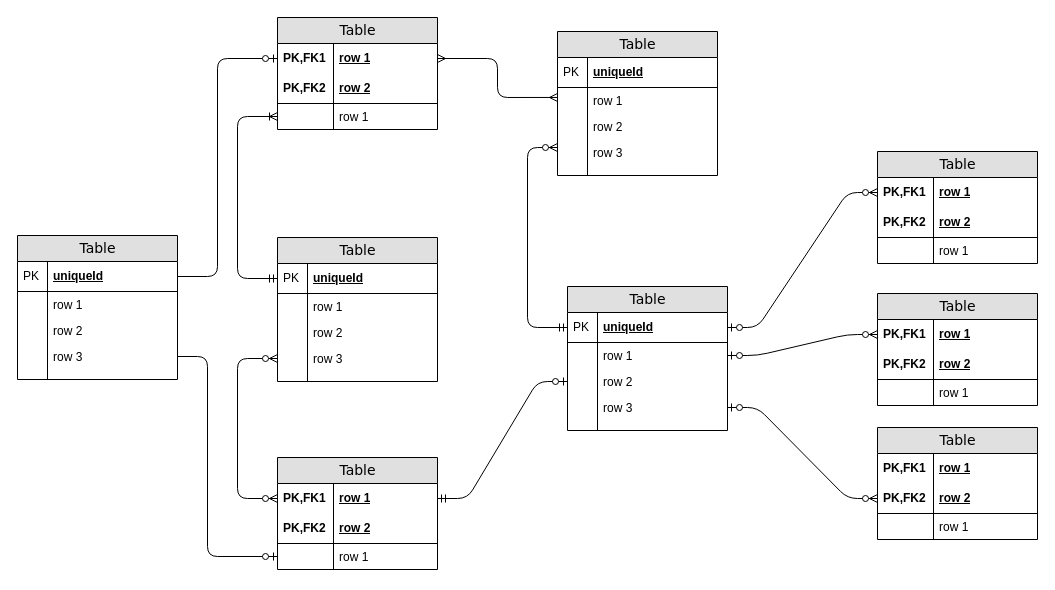
This is ERD WBS.drawio from putuokky/konseptual-wbs, a draw.io file, before an edit. Source tidied: cells renumbered, new cells numbered last; positions are measured from the earlier drawing's top-left corner, leaving out a move shared by most shapes. Both pictures are drawn from the tidied source at 100%, with x=0, y=0 at pixel (17, 17).
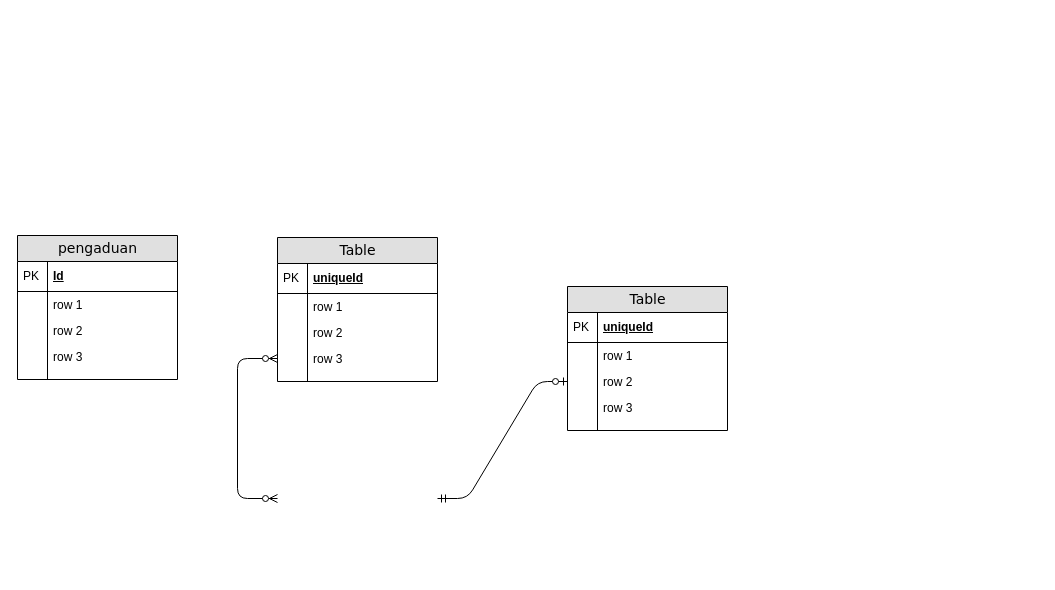
After the change.

Unchanged cells that the change refers to:
```xml
<mxCell id="21" value="uniqueId" style="shape=partialRectangle;top=0;left=0;right=0;bottom=1;html=1;align=left;verticalAlign=middle;fillColor=none;spacingLeft=34;spacingRight=4;whiteSpace=wrap;overflow=hidden;points=[[0,0.5],[1,0.5]];portConstraint=eastwest;fontStyle=5;" parent="20" vertex="1">
  <mxGeometry y="26" width="160" height="30" as="geometry" />
</mxCell>
<mxCell id="27" value="row 3" style="shape=partialRectangle;top=0;left=0;right=0;bottom=0;html=1;align=left;verticalAlign=top;fillColor=none;spacingLeft=34;spacingRight=4;whiteSpace=wrap;overflow=hidden;points=[[0,0.5],[1,0.5]];portConstraint=eastwest;" parent="20" vertex="1">
  <mxGeometry y="108" width="160" height="26" as="geometry" />
</mxCell>
<mxCell id="32" value="uniqueId" style="shape=partialRectangle;top=0;left=0;right=0;bottom=1;html=1;align=left;verticalAlign=middle;fillColor=none;spacingLeft=34;spacingRight=4;whiteSpace=wrap;overflow=hidden;points=[[0,0.5],[1,0.5]];portConstraint=eastwest;fontStyle=5;" parent="31" vertex="1">
  <mxGeometry y="26" width="160" height="30" as="geometry" />
</mxCell>
<mxCell id="34" value="row 1" style="shape=partialRectangle;top=0;left=0;right=0;bottom=0;html=1;align=left;verticalAlign=top;fillColor=none;spacingLeft=34;spacingRight=4;whiteSpace=wrap;overflow=hidden;points=[[0,0.5],[1,0.5]];portConstraint=eastwest;" parent="31" vertex="1">
  <mxGeometry y="56" width="160" height="26" as="geometry" />
</mxCell>
<mxCell id="36" value="row 2" style="shape=partialRectangle;top=0;left=0;right=0;bottom=0;html=1;align=left;verticalAlign=top;fillColor=none;spacingLeft=34;spacingRight=4;whiteSpace=wrap;overflow=hidden;points=[[0,0.5],[1,0.5]];portConstraint=eastwest;" parent="31" vertex="1">
  <mxGeometry y="82" width="160" height="26" as="geometry" />
</mxCell>
<mxCell id="38" value="row 3" style="shape=partialRectangle;top=0;left=0;right=0;bottom=0;html=1;align=left;verticalAlign=top;fillColor=none;spacingLeft=34;spacingRight=4;whiteSpace=wrap;overflow=hidden;points=[[0,0.5],[1,0.5]];portConstraint=eastwest;" parent="31" vertex="1">
  <mxGeometry y="108" width="160" height="26" as="geometry" />
</mxCell>
<mxCell id="85" value="row 3" style="shape=partialRectangle;top=0;left=0;right=0;bottom=0;html=1;align=left;verticalAlign=top;fillColor=none;spacingLeft=34;spacingRight=4;whiteSpace=wrap;overflow=hidden;points=[[0,0.5],[1,0.5]];portConstraint=eastwest;" parent="78" vertex="1">
  <mxGeometry y="108" width="160" height="26" as="geometry" />
</mxCell>
```

What changed in the source:
```diff
@@
-    <mxCell id="2" value="Table" style="swimlane;html=1;fontStyle=0;horizontal=1;startSize=26;fillColor=#e0e0e0;swimlaneFillColor=#ffffff;align=center;rounded=0;shadow=0;comic=0;labelBackgroundColor=none;strokeWidth=1;fontFamily=Verdana;fontSize=14;" parent="1" vertex="1">
-      <mxGeometry x="260" width="160" height="112" as="geometry" />
-    </mxCell>
-    <mxCell id="3" value="row 1" style="shape=partialRectangle;top=0;left=0;right=0;bottom=0;html=1;align=left;verticalAlign=middle;fillColor=none;spacingLeft=60;spacingRight=4;whiteSpace=wrap;overflow=hidden;points=[[0,0.5],[1,0.5]];portConstraint=eastwest;fontStyle=5;" parent="2" vertex="1">
-      <mxGeometry y="26" width="160" height="30" as="geometry" />
-    </mxCell>
-    <mxCell id="4" value="PK,FK1" style="shape=partialRectangle;fontStyle=1;top=0;left=0;bottom=0;html=1;fillColor=none;align=left;verticalAlign=middle;spacingLeft=4;spacingRight=4;whiteSpace=wrap;overflow=hidden;" parent="3" vertex="1">
-      <mxGeometry width="56" height="30" as="geometry" />
-    </mxCell>
-    <mxCell id="5" value="row 2" style="shape=partialRectangle;top=0;left=0;right=0;bottom=1;html=1;align=left;verticalAlign=middle;fillColor=none;spacingLeft=60;spacingRight=4;whiteSpace=wrap;overflow=hidden;fontStyle=5;" parent="2" vertex="1">
-      <mxGeometry y="56" width="160" height="30" as="geometry" />
-    </mxCell>
-    <mxCell id="6" value="PK,FK2" style="shape=partialRectangle;fontStyle=1;top=0;left=0;bottom=0;html=1;fillColor=none;align=left;verticalAlign=middle;spacingLeft=4;spacingRight=4;whiteSpace=wrap;overflow=hidden;" parent="5" vertex="1">
-      <mxGeometry width="56" height="30" as="geometry" />
-    </mxCell>
-    <mxCell id="7" value="row 1" style="shape=partialRectangle;top=0;left=0;right=0;bottom=0;html=1;align=left;verticalAlign=top;fillColor=none;spacingLeft=60;spacingRight=4;whiteSpace=wrap;overflow=hidden;points=[[0,0.5],[1,0.5]];portConstraint=eastwest;" parent="2" vertex="1">
-      <mxGeometry y="86" width="160" height="26" as="geometry" />
-    </mxCell>
-    <mxCell id="8" style="shape=partialRectangle;top=0;left=0;bottom=0;html=1;fillColor=none;align=left;verticalAlign=top;spacingLeft=4;spacingRight=4;whiteSpace=wrap;overflow=hidden;" parent="7" vertex="1">
-      <mxGeometry width="56" height="26" as="geometry" />
-    </mxCell>
-    <mxCell id="9" value="Table" style="swimlane;html=1;fontStyle=0;horizontal=1;startSize=26;fillColor=#e0e0e0;swimlaneFillColor=#ffffff;align=center;rounded=0;shadow=0;comic=0;labelBackgroundColor=none;strokeWidth=1;fontFamily=Verdana;fontSize=14;swimlaneLine=1;" parent="1" vertex="1">
-      <mxGeometry x="540" y="14" width="160" height="144" as="geometry" />
-    </mxCell>
-    <mxCell id="10" value="uniqueId" style="shape=partialRectangle;top=0;left=0;right=0;bottom=1;html=1;align=left;verticalAlign=middle;fillColor=none;spacingLeft=34;spacingRight=4;whiteSpace=wrap;overflow=hidden;fontStyle=5;" parent="9" vertex="1">
-      <mxGeometry y="26" width="160" height="30" as="geometry" />
-    </mxCell>
-    <mxCell id="11" value="PK" style="shape=partialRectangle;top=0;left=0;bottom=0;html=1;fillColor=none;align=left;verticalAlign=middle;spacingLeft=4;spacingRight=4;whiteSpace=wrap;overflow=hidden;" parent="10" vertex="1">
-      <mxGeometry width="30" height="30" as="geometry" />
-    </mxCell>
-    <mxCell id="12" value="row 1" style="shape=partialRectangle;top=0;left=0;right=0;bottom=0;html=1;align=left;verticalAlign=top;fillColor=none;spacingLeft=34;spacingRight=4;whiteSpace=wrap;overflow=hidden;points=[[0,0.5],[1,0.5]];portConstraint=eastwest;" parent="9" vertex="1">
-      <mxGeometry y="56" width="160" height="26" as="geometry" />
-    </mxCell>
-    <mxCell id="13" style="shape=partialRectangle;top=0;left=0;bottom=0;html=1;fillColor=none;align=left;verticalAlign=top;spacingLeft=4;spacingRight=4;whiteSpace=wrap;overflow=hidden;" parent="12" vertex="1">
-      <mxGeometry width="30" height="26" as="geometry" />
-    </mxCell>
-    <mxCell id="14" value="row 2" style="shape=partialRectangle;top=0;left=0;right=0;bottom=0;html=1;align=left;verticalAlign=top;fillColor=none;spacingLeft=34;spacingRight=4;whiteSpace=wrap;overflow=hidden;" parent="9" vertex="1">
-      <mxGeometry y="82" width="160" height="26" as="geometry" />
-    </mxCell>
-    <mxCell id="15" style="shape=partialRectangle;top=0;left=0;bottom=0;html=1;fillColor=none;align=left;verticalAlign=top;spacingLeft=4;spacingRight=4;whiteSpace=wrap;overflow=hidden;" parent="14" vertex="1">
-      <mxGeometry width="30" height="26" as="geometry" />
-    </mxCell>
-    <mxCell id="16" value="row 3" style="shape=partialRectangle;top=0;left=0;right=0;bottom=0;html=1;align=left;verticalAlign=top;fillColor=none;spacingLeft=34;spacingRight=4;whiteSpace=wrap;overflow=hidden;points=[[0,0.5],[1,0.5]];portConstraint=eastwest;" parent="9" vertex="1">
-      <mxGeometry y="108" width="160" height="26" as="geometry" />
-    </mxCell>
-    <mxCell id="17" style="shape=partialRectangle;top=0;left=0;bottom=0;html=1;fillColor=none;align=left;verticalAlign=top;spacingLeft=4;spacingRight=4;whiteSpace=wrap;overflow=hidden;" parent="16" vertex="1">
-      <mxGeometry width="30" height="26" as="geometry" />
-    </mxCell>
-    <mxCell id="18" style="shape=partialRectangle;top=0;left=0;right=0;bottom=0;html=1;align=left;verticalAlign=top;fillColor=none;spacingLeft=34;spacingRight=4;whiteSpace=wrap;overflow=hidden;" parent="9" vertex="1">
-      <mxGeometry y="134" width="160" height="10" as="geometry" />
-    </mxCell>
-    <mxCell id="19" style="shape=partialRectangle;top=0;left=0;bottom=0;html=1;fillColor=none;align=left;verticalAlign=top;spacingLeft=4;spacingRight=4;whiteSpace=wrap;overflow=hidden;" parent="18" vertex="1">
-      <mxGeometry width="30" height="10" as="geometry" />
-    </mxCell>
@@
-    <mxCell id="42" value="Table" style="swimlane;html=1;fontStyle=0;horizontal=1;startSize=26;fillColor=#e0e0e0;swimlaneFillColor=#ffffff;align=center;rounded=0;shadow=0;comic=0;labelBackgroundColor=none;strokeWidth=1;fontFamily=Verdana;fontSize=14;" parent="1" vertex="1">
-      <mxGeometry x="860" y="134" width="160" height="112" as="geometry" />
-    </mxCell>
-    <mxCell id="43" value="row 1" style="shape=partialRectangle;top=0;left=0;right=0;bottom=0;html=1;align=left;verticalAlign=middle;fillColor=none;spacingLeft=60;spacingRight=4;whiteSpace=wrap;overflow=hidden;points=[[0,0.5],[1,0.5]];portConstraint=eastwest;fontStyle=5;" parent="42" vertex="1">
-      <mxGeometry y="26" width="160" height="30" as="geometry" />
-    </mxCell>
-    <mxCell id="44" value="PK,FK1" style="shape=partialRectangle;fontStyle=1;top=0;left=0;bottom=0;html=1;fillColor=none;align=left;verticalAlign=middle;spacingLeft=4;spacingRight=4;whiteSpace=wrap;overflow=hidden;" parent="43" vertex="1">
-      <mxGeometry width="56" height="30" as="geometry" />
-    </mxCell>
-    <mxCell id="45" value="row 2" style="shape=partialRectangle;top=0;left=0;right=0;bottom=1;html=1;align=left;verticalAlign=middle;fillColor=none;spacingLeft=60;spacingRight=4;whiteSpace=wrap;overflow=hidden;fontStyle=5;" parent="42" vertex="1">
-      <mxGeometry y="56" width="160" height="30" as="geometry" />
-    </mxCell>
-    <mxCell id="46" value="PK,FK2" style="shape=partialRectangle;fontStyle=1;top=0;left=0;bottom=0;html=1;fillColor=none;align=left;verticalAlign=middle;spacingLeft=4;spacingRight=4;whiteSpace=wrap;overflow=hidden;" parent="45" vertex="1">
-      <mxGeometry width="56" height="30" as="geometry" />
-    </mxCell>
-    <mxCell id="47" value="row 1" style="shape=partialRectangle;top=0;left=0;right=0;bottom=0;html=1;align=left;verticalAlign=top;fillColor=none;spacingLeft=60;spacingRight=4;whiteSpace=wrap;overflow=hidden;" parent="42" vertex="1">
-      <mxGeometry y="86" width="160" height="26" as="geometry" />
-    </mxCell>
-    <mxCell id="48" style="shape=partialRectangle;top=0;left=0;bottom=0;html=1;fillColor=none;align=left;verticalAlign=top;spacingLeft=4;spacingRight=4;whiteSpace=wrap;overflow=hidden;" parent="47" vertex="1">
-      <mxGeometry width="56" height="26" as="geometry" />
-    </mxCell>
-    <mxCell id="49" value="Table" style="swimlane;html=1;fontStyle=0;horizontal=1;startSize=26;fillColor=#e0e0e0;swimlaneFillColor=#ffffff;align=center;rounded=0;shadow=0;comic=0;labelBackgroundColor=none;strokeWidth=1;fontFamily=Verdana;fontSize=14;" parent="1" vertex="1">
-      <mxGeometry x="260" y="440" width="160" height="112" as="geometry" />
-    </mxCell>
-    <mxCell id="50" value="row 1" style="shape=partialRectangle;top=0;left=0;right=0;bottom=0;html=1;align=left;verticalAlign=middle;fillColor=none;spacingLeft=60;spacingRight=4;whiteSpace=wrap;overflow=hidden;points=[[0,0.5],[1,0.5]];portConstraint=eastwest;fontStyle=5;" parent="49" vertex="1">
-      <mxGeometry y="26" width="160" height="30" as="geometry" />
-    </mxCell>
-    <mxCell id="51" value="PK,FK1" style="shape=partialRectangle;fontStyle=1;top=0;left=0;bottom=0;html=1;fillColor=none;align=left;verticalAlign=middle;spacingLeft=4;spacingRight=4;whiteSpace=wrap;overflow=hidden;" parent="50" vertex="1">
-      <mxGeometry width="56" height="30" as="geometry" />
-    </mxCell>
-    <mxCell id="52" value="row 2" style="shape=partialRectangle;top=0;left=0;right=0;bottom=1;html=1;align=left;verticalAlign=middle;fillColor=none;spacingLeft=60;spacingRight=4;whiteSpace=wrap;overflow=hidden;fontStyle=5;" parent="49" vertex="1">
-      <mxGeometry y="56" width="160" height="30" as="geometry" />
-    </mxCell>
-    <mxCell id="53" value="PK,FK2" style="shape=partialRectangle;fontStyle=1;top=0;left=0;bottom=0;html=1;fillColor=none;align=left;verticalAlign=middle;spacingLeft=4;spacingRight=4;whiteSpace=wrap;overflow=hidden;" parent="52" vertex="1">
-      <mxGeometry width="56" height="30" as="geometry" />
-    </mxCell>
-    <mxCell id="54" value="row 1" style="shape=partialRectangle;top=0;left=0;right=0;bottom=0;html=1;align=left;verticalAlign=top;fillColor=none;spacingLeft=60;spacingRight=4;whiteSpace=wrap;overflow=hidden;points=[[0,0.5],[1,0.5]];portConstraint=eastwest;" parent="49" vertex="1">
-      <mxGeometry y="86" width="160" height="26" as="geometry" />
-    </mxCell>
-    <mxCell id="55" style="shape=partialRectangle;top=0;left=0;bottom=0;html=1;fillColor=none;align=left;verticalAlign=top;spacingLeft=4;spacingRight=4;whiteSpace=wrap;overflow=hidden;" parent="54" vertex="1">
-      <mxGeometry width="56" height="26" as="geometry" />
-    </mxCell>
-    <mxCell id="56" style="edgeStyle=orthogonalEdgeStyle;html=1;endArrow=ERoneToMany;startArrow=ERmandOne;labelBackgroundColor=none;fontFamily=Verdana;fontSize=14;entryX=0;entryY=0.5;exitX=0;exitY=0.5;" parent="1" edge="1" source="21" target="7">
-      <mxGeometry relative="1" as="geometry">
-        <Array as="points">
-          <mxPoint x="220" y="261" />
-          <mxPoint x="220" y="99" />
-        </Array>
-      </mxGeometry>
-    </mxCell>
-    <mxCell id="57" style="edgeStyle=orthogonalEdgeStyle;html=1;endArrow=ERzeroToMany;endFill=1;startArrow=ERzeroToMany;labelBackgroundColor=none;fontFamily=Verdana;fontSize=14;entryX=0;entryY=0.5;exitX=0;exitY=0.5;" parent="1" edge="1" source="50" target="27">
+    <mxCell id="57" style="edgeStyle=orthogonalEdgeStyle;html=1;endArrow=ERzeroToMany;endFill=1;startArrow=ERzeroToMany;labelBackgroundColor=none;fontFamily=Verdana;fontSize=14;entryX=0;entryY=0.5;exitX=0;exitY=0.5;" parent="1" edge="1" target="27">
       <mxGeometry relative="1" as="geometry">
+        <mxPoint x="260" y="481" as="sourcePoint" />
         <Array as="points">
           <mxPoint x="220" y="481" />
           <mxPoint x="220" y="341" />
         </Array>
       </mxGeometry>
     </mxCell>
-    <mxCell id="58" style="edgeStyle=orthogonalEdgeStyle;html=1;endArrow=ERmany;startArrow=ERmany;labelBackgroundColor=none;fontFamily=Verdana;fontSize=14;entryX=1;entryY=0.5;exitX=0;exitY=0.383;exitPerimeter=0;" parent="1" edge="1" source="12" target="3">
-      <mxGeometry relative="1" as="geometry">
-        <Array as="points">
-          <mxPoint x="480" y="80" />
-          <mxPoint x="480" y="41" />
-        </Array>
-      </mxGeometry>
-    </mxCell>
-    <mxCell id="59" style="edgeStyle=orthogonalEdgeStyle;html=1;endArrow=ERzeroToMany;startArrow=ERmandOne;labelBackgroundColor=none;fontFamily=Verdana;fontSize=14;entryX=0;entryY=0.308;entryPerimeter=0;exitX=0;exitY=0.5;" parent="1" edge="1" source="32" target="16">
-      <mxGeometry relative="1" as="geometry">
-        <Array as="points">
-          <mxPoint x="510" y="310" />
-          <mxPoint x="510" y="130" />
-        </Array>
-      </mxGeometry>
-    </mxCell>
-    <mxCell id="60" style="edgeStyle=entityRelationEdgeStyle;html=1;endArrow=ERzeroToOne;startArrow=ERmandOne;labelBackgroundColor=none;fontFamily=Verdana;fontSize=14;exitX=1;exitY=0.5;entryX=0;entryY=0.5;" parent="1" edge="1" source="50" target="36">
-      <mxGeometry relative="1" as="geometry" />
+    <mxCell id="60" style="edgeStyle=entityRelationEdgeStyle;html=1;endArrow=ERzeroToOne;startArrow=ERmandOne;labelBackgroundColor=none;fontFamily=Verdana;fontSize=14;exitX=1;exitY=0.5;entryX=0;entryY=0.5;" parent="1" edge="1" target="36">
+      <mxGeometry relative="1" as="geometry">
+        <mxPoint x="420" y="481" as="sourcePoint" />
+      </mxGeometry>
     </mxCell>
-    <mxCell id="61" style="edgeStyle=entityRelationEdgeStyle;html=1;endArrow=ERzeroToMany;startArrow=ERzeroToOne;labelBackgroundColor=none;fontFamily=Verdana;fontSize=14;entryX=0;entryY=0.5;exitX=1;exitY=0.5;" parent="1" edge="1" source="32" target="43">
-      <mxGeometry relative="1" as="geometry" />
-    </mxCell>
-    <mxCell id="62" value="Table" style="swimlane;html=1;fontStyle=0;horizontal=1;startSize=26;fillColor=#e0e0e0;swimlaneFillColor=#ffffff;align=center;rounded=0;shadow=0;comic=0;labelBackgroundColor=none;strokeWidth=1;fontFamily=Verdana;fontSize=14;" parent="1" vertex="1">
-      <mxGeometry x="860" y="276" width="160" height="112" as="geometry" />
-    </mxCell>
-    <mxCell id="63" value="row 1" style="shape=partialRectangle;top=0;left=0;right=0;bottom=0;html=1;align=left;verticalAlign=middle;fillColor=none;spacingLeft=60;spacingRight=4;whiteSpace=wrap;overflow=hidden;points=[[0,0.5],[1,0.5]];portConstraint=eastwest;fontStyle=5;" parent="62" vertex="1">
-      <mxGeometry y="26" width="160" height="30" as="geometry" />
-    </mxCell>
-    <mxCell id="64" value="PK,FK1" style="shape=partialRectangle;fontStyle=1;top=0;left=0;bottom=0;html=1;fillColor=none;align=left;verticalAlign=middle;spacingLeft=4;spacingRight=4;whiteSpace=wrap;overflow=hidden;" parent="63" vertex="1">
-      <mxGeometry width="56" height="30" as="geometry" />
-    </mxCell>
-    <mxCell id="65" value="row 2" style="shape=partialRectangle;top=0;left=0;right=0;bottom=1;html=1;align=left;verticalAlign=middle;fillColor=none;spacingLeft=60;spacingRight=4;whiteSpace=wrap;overflow=hidden;fontStyle=5;" parent="62" vertex="1">
-      <mxGeometry y="56" width="160" height="30" as="geometry" />
-    </mxCell>
-    <mxCell id="66" value="PK,FK2" style="shape=partialRectangle;fontStyle=1;top=0;left=0;bottom=0;html=1;fillColor=none;align=left;verticalAlign=middle;spacingLeft=4;spacingRight=4;whiteSpace=wrap;overflow=hidden;" parent="65" vertex="1">
-      <mxGeometry width="56" height="30" as="geometry" />
-    </mxCell>
-    <mxCell id="67" value="row 1" style="shape=partialRectangle;top=0;left=0;right=0;bottom=0;html=1;align=left;verticalAlign=top;fillColor=none;spacingLeft=60;spacingRight=4;whiteSpace=wrap;overflow=hidden;" parent="62" vertex="1">
-      <mxGeometry y="86" width="160" height="26" as="geometry" />
-    </mxCell>
-    <mxCell id="68" style="shape=partialRectangle;top=0;left=0;bottom=0;html=1;fillColor=none;align=left;verticalAlign=top;spacingLeft=4;spacingRight=4;whiteSpace=wrap;overflow=hidden;" parent="67" vertex="1">
-      <mxGeometry width="56" height="26" as="geometry" />
-    </mxCell>
-    <mxCell id="69" value="Table" style="swimlane;html=1;fontStyle=0;horizontal=1;startSize=26;fillColor=#e0e0e0;swimlaneFillColor=#ffffff;align=center;rounded=0;shadow=0;comic=0;labelBackgroundColor=none;strokeWidth=1;fontFamily=Verdana;fontSize=14;" parent="1" vertex="1">
-      <mxGeometry x="860" y="410" width="160" height="112" as="geometry" />
-    </mxCell>
-    <mxCell id="70" value="row 1" style="shape=partialRectangle;top=0;left=0;right=0;bottom=0;html=1;align=left;verticalAlign=middle;fillColor=none;spacingLeft=60;spacingRight=4;whiteSpace=wrap;overflow=hidden;fontStyle=5;" parent="69" vertex="1">
-      <mxGeometry y="26" width="160" height="30" as="geometry" />
-    </mxCell>
-    <mxCell id="71" value="PK,FK1" style="shape=partialRectangle;fontStyle=1;top=0;left=0;bottom=0;html=1;fillColor=none;align=left;verticalAlign=middle;spacingLeft=4;spacingRight=4;whiteSpace=wrap;overflow=hidden;" parent="70" vertex="1">
-      <mxGeometry width="56" height="30" as="geometry" />
-    </mxCell>
-    <mxCell id="72" value="row 2" style="shape=partialRectangle;top=0;left=0;right=0;bottom=1;html=1;align=left;verticalAlign=middle;fillColor=none;spacingLeft=60;spacingRight=4;whiteSpace=wrap;overflow=hidden;points=[[0,0.5],[1,0.5]];portConstraint=eastwest;fontStyle=5;" parent="69" vertex="1">
-      <mxGeometry y="56" width="160" height="30" as="geometry" />
-    </mxCell>
-    <mxCell id="73" value="PK,FK2" style="shape=partialRectangle;fontStyle=1;top=0;left=0;bottom=0;html=1;fillColor=none;align=left;verticalAlign=middle;spacingLeft=4;spacingRight=4;whiteSpace=wrap;overflow=hidden;" parent="72" vertex="1">
-      <mxGeometry width="56" height="30" as="geometry" />
-    </mxCell>
-    <mxCell id="74" value="row 1" style="shape=partialRectangle;top=0;left=0;right=0;bottom=0;html=1;align=left;verticalAlign=top;fillColor=none;spacingLeft=60;spacingRight=4;whiteSpace=wrap;overflow=hidden;" parent="69" vertex="1">
-      <mxGeometry y="86" width="160" height="26" as="geometry" />
-    </mxCell>
-    <mxCell id="75" style="shape=partialRectangle;top=0;left=0;bottom=0;html=1;fillColor=none;align=left;verticalAlign=top;spacingLeft=4;spacingRight=4;whiteSpace=wrap;overflow=hidden;" parent="74" vertex="1">
-      <mxGeometry width="56" height="26" as="geometry" />
-    </mxCell>
-    <mxCell id="76" style="edgeStyle=entityRelationEdgeStyle;html=1;endArrow=ERzeroToMany;startArrow=ERzeroToOne;labelBackgroundColor=none;fontFamily=Verdana;fontSize=14;entryX=0;entryY=0.5;exitX=1;exitY=0.5;" parent="1" edge="1" source="34" target="63">
-      <mxGeometry relative="1" as="geometry" />
-    </mxCell>
-    <mxCell id="77" style="edgeStyle=entityRelationEdgeStyle;html=1;endArrow=ERzeroToMany;startArrow=ERzeroToOne;labelBackgroundColor=none;fontFamily=Verdana;fontSize=14;entryX=0;entryY=0.5;exitX=1;exitY=0.5;" parent="1" edge="1" source="38" target="72">
-      <mxGeometry relative="1" as="geometry" />
-    </mxCell>
-    <mxCell id="78" value="Table" style="swimlane;html=1;fontStyle=0;horizontal=1;startSize=26;fillColor=#e0e0e0;swimlaneFillColor=#ffffff;align=center;rounded=0;shadow=0;comic=0;labelBackgroundColor=none;strokeWidth=1;fontFamily=Verdana;fontSize=14;" parent="1" vertex="1">
+    <mxCell id="78" value="pengaduan" style="swimlane;html=1;fontStyle=0;horizontal=1;startSize=26;fillColor=#e0e0e0;swimlaneFillColor=#ffffff;align=center;rounded=0;shadow=0;comic=0;labelBackgroundColor=none;strokeWidth=1;fontFamily=Verdana;fontSize=14;" parent="1" vertex="1">
       <mxGeometry y="218" width="160" height="144" as="geometry" />
     </mxCell>
-    <mxCell id="79" value="uniqueId" style="shape=partialRectangle;top=0;left=0;right=0;bottom=1;html=1;align=left;verticalAlign=middle;fillColor=none;spacingLeft=34;spacingRight=4;whiteSpace=wrap;overflow=hidden;points=[[0,0.5],[1,0.5]];portConstraint=eastwest;fontStyle=5;" parent="78" vertex="1">
+    <mxCell id="79" value="Id" style="shape=partialRectangle;top=0;left=0;right=0;bottom=1;html=1;align=left;verticalAlign=middle;fillColor=none;spacingLeft=34;spacingRight=4;whiteSpace=wrap;overflow=hidden;points=[[0,0.5],[1,0.5]];portConstraint=eastwest;fontStyle=5;" parent="78" vertex="1">
       <mxGeometry y="26" width="160" height="30" as="geometry" />
     </mxCell>
@@
-    <mxCell id="89" style="edgeStyle=orthogonalEdgeStyle;html=1;endArrow=ERzeroToOne;endFill=1;labelBackgroundColor=none;fontFamily=Verdana;fontSize=14;entryX=0;entryY=0.5;exitX=1;exitY=0.5;" parent="1" edge="1" source="79" target="3">
-      <mxGeometry relative="1" as="geometry">
-        <Array as="points">
-          <mxPoint x="200" y="259" />
-          <mxPoint x="200" y="41" />
-        </Array>
-      </mxGeometry>
-    </mxCell>
-    <mxCell id="90" style="edgeStyle=orthogonalEdgeStyle;html=1;endArrow=ERzeroToOne;endFill=1;labelBackgroundColor=none;fontFamily=Verdana;fontSize=14;entryX=0;entryY=0.5;exitX=1;exitY=0.5;" parent="1" edge="1" source="85" target="54">
-      <mxGeometry relative="1" as="geometry">
-        <Array as="points">
-          <mxPoint x="190" y="339" />
-          <mxPoint x="190" y="539" />
-        </Array>
-      </mxGeometry>
-    </mxCell>
```
